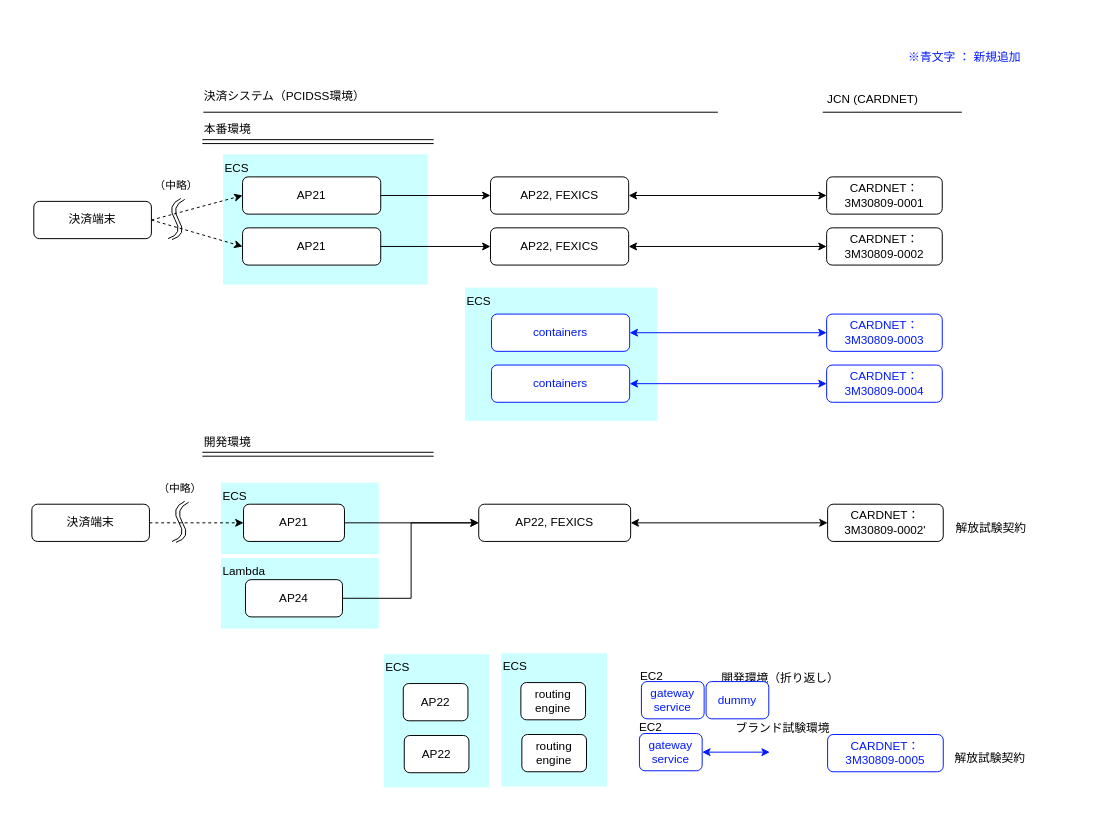
This is page "全体構成(CARDNET)" (2 of 2) of FEXICS/obj/migration_plan.drawio from kyoshizawa/kywiki2, a draw.io file, before an edit. Source tidied: cells renumbered, new cells numbered last; positions are measured from the earlier drawing's top-left corner, leaving out a move shared by most shapes. Both pictures are drawn from the tidied source at 98%, with x=0, y=0 at pixel (31, 42).
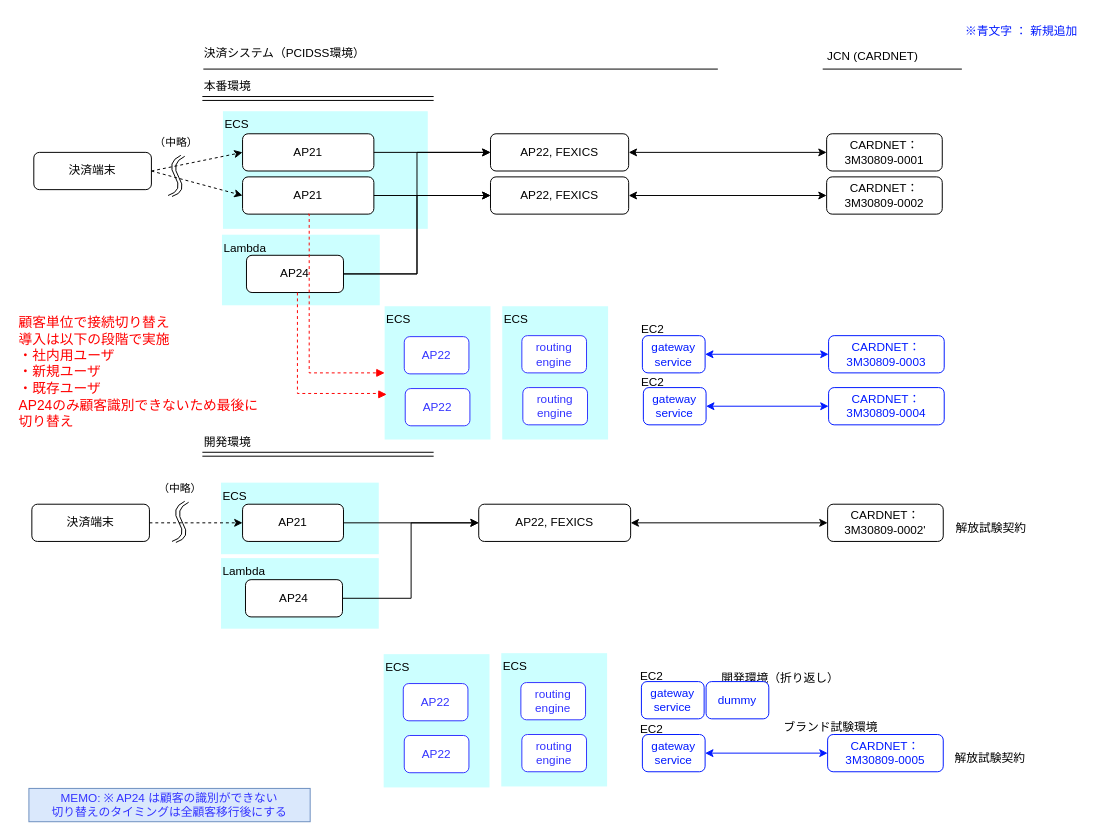
The same page after the edit.

The change refers to these unchanged cells:
```xml
<mxCell id="17" value="&lt;span style=&quot;color: rgb(0, 25, 255);&quot;&gt;CARDNET：&lt;/span&gt;&lt;br style=&quot;color: rgb(0, 25, 255);&quot;&gt;&lt;span style=&quot;color: rgb(0, 25, 255);&quot;&gt;3M30809-0005&lt;/span&gt;" style="rounded=1;whiteSpace=wrap;html=1;strokeColor=#0019FF;" parent="1" vertex="1">
  <mxGeometry x="812" y="706" width="118" height="38" as="geometry" />
</mxCell>
```

Change to the diagram source:
```diff
@@
     <mxCell id="3" value="ECS" style="rounded=0;whiteSpace=wrap;html=1;fillColor=light-dark(#CCFFFF,#1F2F1E);strokeColor=none;align=left;verticalAlign=top;" parent="1" vertex="1">
-      <mxGeometry x="195" y="114" width="209" height="133" as="geometry" />
+      <mxGeometry x="195" y="70" width="209" height="120" as="geometry" />
     </mxCell>
     <mxCell id="4" value="決済システム（PCIDSS環境）" style="text;html=1;align=center;verticalAlign=middle;whiteSpace=wrap;rounded=0;" parent="1" vertex="1">
-      <mxGeometry x="153" y="40" width="210" height="30" as="geometry" />
+      <mxGeometry x="153" y="-4" width="210" height="30" as="geometry" />
     </mxCell>
     <mxCell id="5" style="endArrow=none;html=1;rounded=0;" parent="1" edge="1">
       <mxGeometry relative="1" as="geometry">
-        <mxPoint x="175" y="71" as="sourcePoint" />
-        <mxPoint x="700" y="71" as="targetPoint" />
+        <mxPoint x="175" y="27" as="sourcePoint" />
+        <mxPoint x="700" y="27" as="targetPoint" />
       </mxGeometry>
     </mxCell>
-    <mxCell id="6" value="ECS" style="rounded=0;whiteSpace=wrap;html=1;fillColor=light-dark(#CCFFFF,#1F2F1E);strokeColor=none;align=left;verticalAlign=top;" parent="1" vertex="1">
-      <mxGeometry x="442" y="250" width="196" height="136" as="geometry" />
-    </mxCell>
     <mxCell id="7" value="JCN (CARDNET)" style="text;html=1;align=left;verticalAlign=middle;whiteSpace=wrap;rounded=0;" parent="1" vertex="1">
-      <mxGeometry x="810" y="43" width="157" height="30" as="geometry" />
+      <mxGeometry x="810" y="-1" width="157" height="30" as="geometry" />
     </mxCell>
     <mxCell id="8" style="endArrow=none;html=1;rounded=0;" parent="1" edge="1">
       <mxGeometry relative="1" as="geometry">
-        <mxPoint x="807" y="71" as="sourcePoint" />
-        <mxPoint x="949" y="71" as="targetPoint" />
+        <mxPoint x="807" y="27" as="sourcePoint" />
+        <mxPoint x="949" y="27" as="targetPoint" />
       </mxGeometry>
     </mxCell>
     <mxCell id="9" value="本番環境" style="text;html=1;align=left;verticalAlign=middle;whiteSpace=wrap;rounded=0;" parent="1" vertex="1">
-      <mxGeometry x="174" y="74" width="140" height="30" as="geometry" />
+      <mxGeometry x="174" y="30" width="140" height="30" as="geometry" />
     </mxCell>
     <mxCell id="10" value="決済端末" style="rounded=1;whiteSpace=wrap;html=1;" parent="1" vertex="1">
-      <mxGeometry x="2" y="162" width="120" height="38" as="geometry" />
+      <mxGeometry x="2" y="112" width="120" height="38" as="geometry" />
     </mxCell>
     <mxCell id="11" value="CARDNET：&lt;br&gt;3M30809-0001" style="rounded=1;whiteSpace=wrap;html=1;" parent="1" vertex="1">
-      <mxGeometry x="811" y="137" width="118" height="38" as="geometry" />
+      <mxGeometry x="811" y="93" width="118" height="38" as="geometry" />
     </mxCell>
     <mxCell id="12" value="CARDNET：&lt;div&gt;3M30809-0002&lt;/div&gt;" style="rounded=1;whiteSpace=wrap;html=1;" parent="1" vertex="1">
-      <mxGeometry x="811" y="189" width="118" height="38" as="geometry" />
+      <mxGeometry x="811" y="137" width="118" height="38" as="geometry" />
     </mxCell>
@@
     <mxCell id="14" value="&lt;font style=&quot;color: rgb(0, 25, 255);&quot;&gt;※青文字 ： 新規追加&lt;/font&gt;" style="text;html=1;align=center;verticalAlign=middle;whiteSpace=wrap;rounded=0;fontColor=#0019FF;" parent="1" vertex="1">
-      <mxGeometry x="886" width="132" height="30" as="geometry" />
+      <mxGeometry x="944" y="-26" width="132" height="30" as="geometry" />
     </mxCell>
     <mxCell id="15" value="AP22, FEXICS" style="rounded=1;whiteSpace=wrap;html=1;" parent="1" vertex="1">
-      <mxGeometry x="468" y="137" width="141" height="38" as="geometry" />
+      <mxGeometry x="468" y="93" width="141" height="38" as="geometry" />
     </mxCell>
     <mxCell id="16" value="AP22, FEXICS" style="rounded=1;whiteSpace=wrap;html=1;" parent="1" vertex="1">
-      <mxGeometry x="468" y="189" width="141" height="38" as="geometry" />
+      <mxGeometry x="468" y="137" width="141" height="38" as="geometry" />
     </mxCell>
@@
     <mxCell id="18" value="AP21" style="rounded=1;whiteSpace=wrap;html=1;" parent="1" vertex="1">
-      <mxGeometry x="215" y="137" width="141" height="38" as="geometry" />
+      <mxGeometry x="215" y="93" width="134" height="38" as="geometry" />
     </mxCell>
     <mxCell id="19" value="AP21" style="rounded=1;whiteSpace=wrap;html=1;" parent="1" vertex="1">
-      <mxGeometry x="215" y="189" width="141" height="38" as="geometry" />
+      <mxGeometry x="215" y="137" width="134" height="38" as="geometry" />
     </mxCell>
-    <mxCell id="20" value="&lt;font style=&quot;color: rgb(0, 25, 255);&quot;&gt;containers&lt;/font&gt;" style="rounded=1;whiteSpace=wrap;html=1;strokeColor=#0019FF;" parent="1" vertex="1">
-      <mxGeometry x="469" y="277" width="141" height="38" as="geometry" />
-    </mxCell>
-    <mxCell id="21" value="&lt;font style=&quot;color: rgb(0, 25, 255);&quot;&gt;containers&lt;/font&gt;" style="rounded=1;whiteSpace=wrap;html=1;strokeColor=#0019FF;" parent="1" vertex="1">
-      <mxGeometry x="469" y="329" width="141" height="38" as="geometry" />
-    </mxCell>
     <mxCell id="22" value="&lt;font style=&quot;color: rgb(0, 25, 255);&quot;&gt;CARDNET：&lt;br&gt;3M30809-0003&lt;/font&gt;" style="rounded=1;whiteSpace=wrap;html=1;strokeColor=#0019FF;" parent="1" vertex="1">
-      <mxGeometry x="811" y="277" width="118" height="38" as="geometry" />
+      <mxGeometry x="813" y="299" width="118" height="38" as="geometry" />
     </mxCell>
     <mxCell id="23" value="&lt;span style=&quot;color: rgb(0, 25, 255);&quot;&gt;CARDNET：&lt;/span&gt;&lt;br style=&quot;color: rgb(0, 25, 255);&quot;&gt;&lt;span style=&quot;color: rgb(0, 25, 255);&quot;&gt;3M30809-0004&lt;/span&gt;" style="rounded=1;whiteSpace=wrap;html=1;strokeColor=#0019FF;" parent="1" vertex="1">
-      <mxGeometry x="811" y="329" width="118" height="38" as="geometry" />
+      <mxGeometry x="813" y="352" width="118" height="38" as="geometry" />
     </mxCell>
     <mxCell id="24" style="endArrow=none;html=1;rounded=0;" parent="1" edge="1">
       <mxGeometry relative="1" as="geometry">
-        <mxPoint x="174" y="103" as="sourcePoint" />
-        <mxPoint x="410" y="103" as="targetPoint" />
+        <mxPoint x="174" y="59" as="sourcePoint" />
+        <mxPoint x="410" y="59" as="targetPoint" />
       </mxGeometry>
     </mxCell>
     <mxCell id="25" style="endArrow=none;html=1;rounded=0;" parent="1" edge="1">
       <mxGeometry relative="1" as="geometry">
-        <mxPoint x="174" y="99" as="sourcePoint" />
-        <mxPoint x="410" y="99" as="targetPoint" />
+        <mxPoint x="174" y="55" as="sourcePoint" />
+        <mxPoint x="410" y="55" as="targetPoint" />
       </mxGeometry>
     </mxCell>
@@
     <mxCell id="31" value="AP21" style="rounded=1;whiteSpace=wrap;html=1;" parent="1" vertex="1">
-      <mxGeometry x="216" y="471" width="103" height="38" as="geometry" />
+      <mxGeometry x="215" y="471" width="103" height="38" as="geometry" />
     </mxCell>
@@
-    <mxCell id="34" style="endArrow=classic;startArrow=classic;html=1;rounded=0;exitX=1;exitY=0.5;exitDx=0;exitDy=0;strokeColor=#0019FF;" parent="1" edge="1" source="20" target="22">
+    <mxCell id="34" style="endArrow=classic;startArrow=classic;html=1;rounded=0;strokeColor=#0019FF;" parent="1" edge="1" source="78" target="22">
       <mxGeometry relative="1" as="geometry" />
     </mxCell>
-    <mxCell id="35" style="endArrow=classic;startArrow=classic;html=1;rounded=0;exitX=1;exitY=0.5;exitDx=0;exitDy=0;strokeColor=#0019FF;" parent="1" edge="1" source="21" target="23">
+    <mxCell id="35" style="endArrow=classic;startArrow=classic;html=1;rounded=0;strokeColor=#0019FF;" parent="1" edge="1" source="77" target="23">
       <mxGeometry relative="1" as="geometry" />
     </mxCell>
@@
     <mxCell id="44" style="group;" parent="1" vertex="1">
-      <mxGeometry x="137" y="159" width="22" height="42" as="geometry" />
+      <mxGeometry x="137" y="115" width="22" height="42" as="geometry" />
     </mxCell>
@@
-    <mxCell id="51" style="endArrow=classic;startArrow=classic;html=1;rounded=0;exitX=1;exitY=0.5;exitDx=0;exitDy=0;strokeColor=#0019FF;" parent="1" edge="1" source="60">
-      <mxGeometry relative="1" as="geometry">
-        <mxPoint x="753" y="724" as="targetPoint" />
-      </mxGeometry>
+    <mxCell id="51" style="endArrow=classic;startArrow=classic;html=1;rounded=0;exitX=1;exitY=0.5;exitDx=0;exitDy=0;strokeColor=#0019FF;entryX=0;entryY=0.5;entryDx=0;entryDy=0;" parent="1" edge="1" source="60" target="17">
+      <mxGeometry relative="1" as="geometry" />
     </mxCell>
@@
     <mxCell id="53" value="ブランド試験環境" style="text;html=1;align=center;verticalAlign=middle;whiteSpace=wrap;rounded=0;" parent="1" vertex="1">
-      <mxGeometry x="708" y="685" width="117" height="30" as="geometry" />
+      <mxGeometry x="757" y="684" width="117" height="30" as="geometry" />
     </mxCell>
@@
-    <mxCell id="55" value="AP22" style="rounded=1;whiteSpace=wrap;html=1;" parent="1" vertex="1">
+    <mxCell id="55" value="&lt;font style=&quot;color: rgb(51, 51, 255);&quot;&gt;AP22&lt;/font&gt;" style="rounded=1;whiteSpace=wrap;html=1;strokeColor=#3333FF;" parent="1" vertex="1">
       <mxGeometry x="379" y="654" width="66" height="38" as="geometry" />
     </mxCell>
-    <mxCell id="56" value="AP22" style="rounded=1;whiteSpace=wrap;html=1;" parent="1" vertex="1">
+    <mxCell id="56" value="&lt;font style=&quot;color: rgb(51, 51, 255);&quot;&gt;AP22&lt;/font&gt;" style="rounded=1;whiteSpace=wrap;html=1;strokeColor=#3333FF;" parent="1" vertex="1">
       <mxGeometry x="380" y="707" width="66" height="38" as="geometry" />
     </mxCell>
@@
-    <mxCell id="58" value="routing&lt;div&gt;engine&lt;/div&gt;" style="rounded=1;whiteSpace=wrap;html=1;" parent="1" vertex="1">
+    <mxCell id="58" value="&lt;font style=&quot;color: rgb(51, 51, 255);&quot;&gt;routing&lt;/font&gt;&lt;div&gt;&lt;font style=&quot;color: rgb(51, 51, 255);&quot;&gt;engine&lt;/font&gt;&lt;/div&gt;" style="rounded=1;whiteSpace=wrap;html=1;strokeColor=#3333FF;" parent="1" vertex="1">
       <mxGeometry x="499" y="653" width="66" height="38" as="geometry" />
     </mxCell>
-    <mxCell id="59" value="routing&lt;div&gt;engine&lt;/div&gt;" style="rounded=1;whiteSpace=wrap;html=1;" parent="1" vertex="1">
+    <mxCell id="59" value="&lt;font style=&quot;color: rgb(51, 51, 255);&quot;&gt;routing&lt;/font&gt;&lt;div&gt;&lt;font style=&quot;color: rgb(51, 51, 255);&quot;&gt;engine&lt;/font&gt;&lt;/div&gt;" style="rounded=1;whiteSpace=wrap;html=1;strokeColor=#3333FF;" parent="1" vertex="1">
       <mxGeometry x="500" y="706" width="66" height="38" as="geometry" />
     </mxCell>
     <mxCell id="60" value="&lt;font style=&quot;color: rgb(0, 25, 255);&quot;&gt;gateway&lt;/font&gt;&lt;div&gt;&lt;font style=&quot;color: rgb(0, 25, 255);&quot;&gt;service&lt;/font&gt;&lt;/div&gt;" style="rounded=1;whiteSpace=wrap;html=1;strokeColor=#0019FF;" parent="1" vertex="1">
-      <mxGeometry x="620" y="705" width="64" height="38" as="geometry" />
+      <mxGeometry x="623" y="706" width="64" height="38" as="geometry" />
     </mxCell>
@@
     <mxCell id="64" value="EC2" style="rounded=0;whiteSpace=wrap;html=1;fillColor=none;strokeColor=none;align=left;verticalAlign=top;strokeWidth=1;dashed=1;dashPattern=1 2;" parent="1" vertex="1">
-      <mxGeometry x="618" y="685" width="56" height="24" as="geometry" />
+      <mxGeometry x="619" y="687" width="56" height="24" as="geometry" />
     </mxCell>
@@
+    <mxCell id="70" value="&lt;font style=&quot;color: rgb(51, 51, 255);&quot;&gt;MEMO: ※ AP24 は顧客の識別ができない&lt;/font&gt;&lt;div&gt;&lt;font color=&quot;#3333ff&quot;&gt;切り替えのタイミングは全顧客移行後にする&lt;/font&gt;&lt;/div&gt;" style="rounded=0;whiteSpace=wrap;html=1;fillColor=#dae8fc;strokeColor=#6c8ebf;" parent="1" vertex="1">
+      <mxGeometry x="-3" y="761" width="287" height="34" as="geometry" />
+    </mxCell>
+    <mxCell id="71" value="ECS" style="rounded=0;whiteSpace=wrap;html=1;fillColor=light-dark(#CCFFFF,#1F2F1E);strokeColor=none;align=left;verticalAlign=top;" parent="1" vertex="1">
+      <mxGeometry x="360" y="269" width="108" height="136" as="geometry" />
+    </mxCell>
+    <mxCell id="72" value="&lt;font style=&quot;color: rgb(51, 51, 255);&quot;&gt;AP22&lt;/font&gt;" style="rounded=1;whiteSpace=wrap;html=1;strokeColor=#3333FF;" parent="1" vertex="1">
+      <mxGeometry x="380" y="300" width="66" height="38" as="geometry" />
+    </mxCell>
+    <mxCell id="73" value="&lt;font style=&quot;color: rgb(51, 51, 255);&quot;&gt;AP22&lt;/font&gt;" style="rounded=1;whiteSpace=wrap;html=1;strokeColor=#3333FF;" parent="1" vertex="1">
+      <mxGeometry x="381" y="353" width="66" height="38" as="geometry" />
+    </mxCell>
+    <mxCell id="74" value="ECS" style="rounded=0;whiteSpace=wrap;html=1;fillColor=light-dark(#CCFFFF,#1F2F1E);strokeColor=none;align=left;verticalAlign=top;" parent="1" vertex="1">
+      <mxGeometry x="480" y="269" width="108" height="136" as="geometry" />
+    </mxCell>
+    <mxCell id="75" value="&lt;font style=&quot;color: rgb(51, 51, 255);&quot;&gt;routing&lt;/font&gt;&lt;div&gt;&lt;font style=&quot;color: rgb(51, 51, 255);&quot;&gt;engine&lt;/font&gt;&lt;/div&gt;" style="rounded=1;whiteSpace=wrap;html=1;strokeColor=#3333FF;" parent="1" vertex="1">
+      <mxGeometry x="500" y="299" width="66" height="38" as="geometry" />
+    </mxCell>
+    <mxCell id="76" value="&lt;font style=&quot;color: rgb(51, 51, 255);&quot;&gt;routing&lt;/font&gt;&lt;div&gt;&lt;font style=&quot;color: rgb(51, 51, 255);&quot;&gt;engine&lt;/font&gt;&lt;/div&gt;" style="rounded=1;whiteSpace=wrap;html=1;strokeColor=#3333FF;" parent="1" vertex="1">
+      <mxGeometry x="501" y="352" width="66" height="38" as="geometry" />
+    </mxCell>
+    <mxCell id="77" value="&lt;font style=&quot;color: rgb(0, 25, 255);&quot;&gt;gateway&lt;/font&gt;&lt;div&gt;&lt;font style=&quot;color: rgb(0, 25, 255);&quot;&gt;service&lt;/font&gt;&lt;/div&gt;" style="rounded=1;whiteSpace=wrap;html=1;strokeColor=#0019FF;" parent="1" vertex="1">
+      <mxGeometry x="624" y="352" width="64" height="38" as="geometry" />
+    </mxCell>
+    <mxCell id="78" value="&lt;font style=&quot;color: rgb(0, 25, 255);&quot;&gt;gateway&lt;/font&gt;&lt;div&gt;&lt;font style=&quot;color: rgb(0, 25, 255);&quot;&gt;service&lt;/font&gt;&lt;/div&gt;" style="rounded=1;whiteSpace=wrap;html=1;strokeColor=#0019FF;" parent="1" vertex="1">
+      <mxGeometry x="623" y="299" width="64" height="38" as="geometry" />
+    </mxCell>
+    <mxCell id="79" value="EC2" style="rounded=0;whiteSpace=wrap;html=1;fillColor=none;strokeColor=none;align=left;verticalAlign=top;strokeWidth=1;dashed=1;dashPattern=1 2;" parent="1" vertex="1">
+      <mxGeometry x="620" y="279" width="56" height="24" as="geometry" />
+    </mxCell>
+    <mxCell id="80" value="EC2" style="rounded=0;whiteSpace=wrap;html=1;fillColor=none;strokeColor=none;align=left;verticalAlign=top;strokeWidth=1;dashed=1;dashPattern=1 2;" parent="1" vertex="1">
+      <mxGeometry x="620" y="333" width="56" height="24" as="geometry" />
+    </mxCell>
+    <mxCell id="81" value="Lambda" style="rounded=0;whiteSpace=wrap;html=1;fillColor=light-dark(#CCFFFF,#1F2F1E);strokeColor=none;align=left;verticalAlign=top;" parent="1" vertex="1">
+      <mxGeometry x="194" y="196" width="161" height="72" as="geometry" />
+    </mxCell>
+    <mxCell id="82" value="AP24" style="rounded=1;whiteSpace=wrap;html=1;" parent="1" vertex="1">
+      <mxGeometry x="219" y="217" width="99" height="38" as="geometry" />
+    </mxCell>
+    <mxCell id="83" style="endArrow=classic;html=1;rounded=0;exitX=1;exitY=0.5;exitDx=0;exitDy=0;entryX=0;entryY=0.5;entryDx=0;entryDy=0;edgeStyle=orthogonalEdgeStyle;" parent="1" edge="1" source="82" target="16">
+      <mxGeometry relative="1" as="geometry" />
+    </mxCell>
+    <mxCell id="84" style="endArrow=classic;html=1;rounded=0;entryX=0;entryY=0.5;entryDx=0;entryDy=0;edgeStyle=orthogonalEdgeStyle;" parent="1" edge="1" source="82" target="15">
+      <mxGeometry relative="1" as="geometry" />
+    </mxCell>
+    <mxCell id="85" style="endArrow=block;dashed=1;html=1;rounded=0;strokeColor=light-dark(#ff0000, #ededed);edgeStyle=orthogonalEdgeStyle;endFill=1;entryX=0.019;entryY=0.662;entryDx=0;entryDy=0;entryPerimeter=0;" parent="1" edge="1" source="82" target="71">
+      <mxGeometry relative="1" as="geometry">
+        <Array as="points">
+          <mxPoint x="271" y="358" />
+          <mxPoint x="360" y="358" />
+          <mxPoint x="360" y="359" />
+        </Array>
+      </mxGeometry>
+    </mxCell>
+    <mxCell id="86" parent="0" />
+    <mxCell id="87" style="endArrow=block;dashed=1;html=1;rounded=0;strokeColor=light-dark(#ff0000, #ededed);edgeStyle=orthogonalEdgeStyle;endFill=1;exitX=0.5;exitY=1;exitDx=0;exitDy=0;entryX=0;entryY=0.5;entryDx=0;entryDy=0;" parent="86" edge="1" source="19" target="71">
+      <mxGeometry relative="1" as="geometry">
+        <Array as="points">
+          <mxPoint x="283" y="175" />
+          <mxPoint x="283" y="337" />
+        </Array>
+      </mxGeometry>
+    </mxCell>
+    <mxCell id="88" value="&lt;div&gt;&lt;font color=&quot;#ff0000&quot;&gt;&lt;span style=&quot;font-size: 14px; text-align: center;&quot;&gt;顧客単位で接続切り替え&lt;/span&gt;&lt;span style=&quot;font-size: 14px;&quot;&gt;&lt;/span&gt;&lt;/font&gt;&lt;/div&gt;&lt;div&gt;&lt;font color=&quot;#ff0000&quot;&gt;&lt;span style=&quot;font-size: 14px;&quot;&gt;導入は以下の段階で実施&lt;/span&gt;&lt;/font&gt;&lt;/div&gt;&lt;font color=&quot;#ff0000&quot;&gt;&lt;span style=&quot;font-size: 14px;&quot;&gt;・社内用ユーザ&lt;/span&gt;&lt;/font&gt;&lt;div&gt;&lt;font color=&quot;#ff0000&quot;&gt;&lt;span style=&quot;font-size: 14px;&quot;&gt;・新規ユーザ&lt;/span&gt;&lt;/font&gt;&lt;/div&gt;&lt;div&gt;&lt;font color=&quot;#ff0000&quot;&gt;&lt;span style=&quot;font-size: 14px;&quot;&gt;・既存ユーザ&lt;/span&gt;&lt;/font&gt;&lt;/div&gt;&lt;div&gt;&lt;font color=&quot;#ff0000&quot;&gt;&lt;span style=&quot;font-size: 14px;&quot;&gt;AP24のみ顧客識別できないため最後に切り替え&lt;/span&gt;&lt;/font&gt;&lt;/div&gt;" style="text;html=1;align=left;verticalAlign=middle;whiteSpace=wrap;rounded=0;" parent="86" vertex="1">
+      <mxGeometry x="-15" y="285" width="256" height="101" as="geometry" />
+    </mxCell>
```
